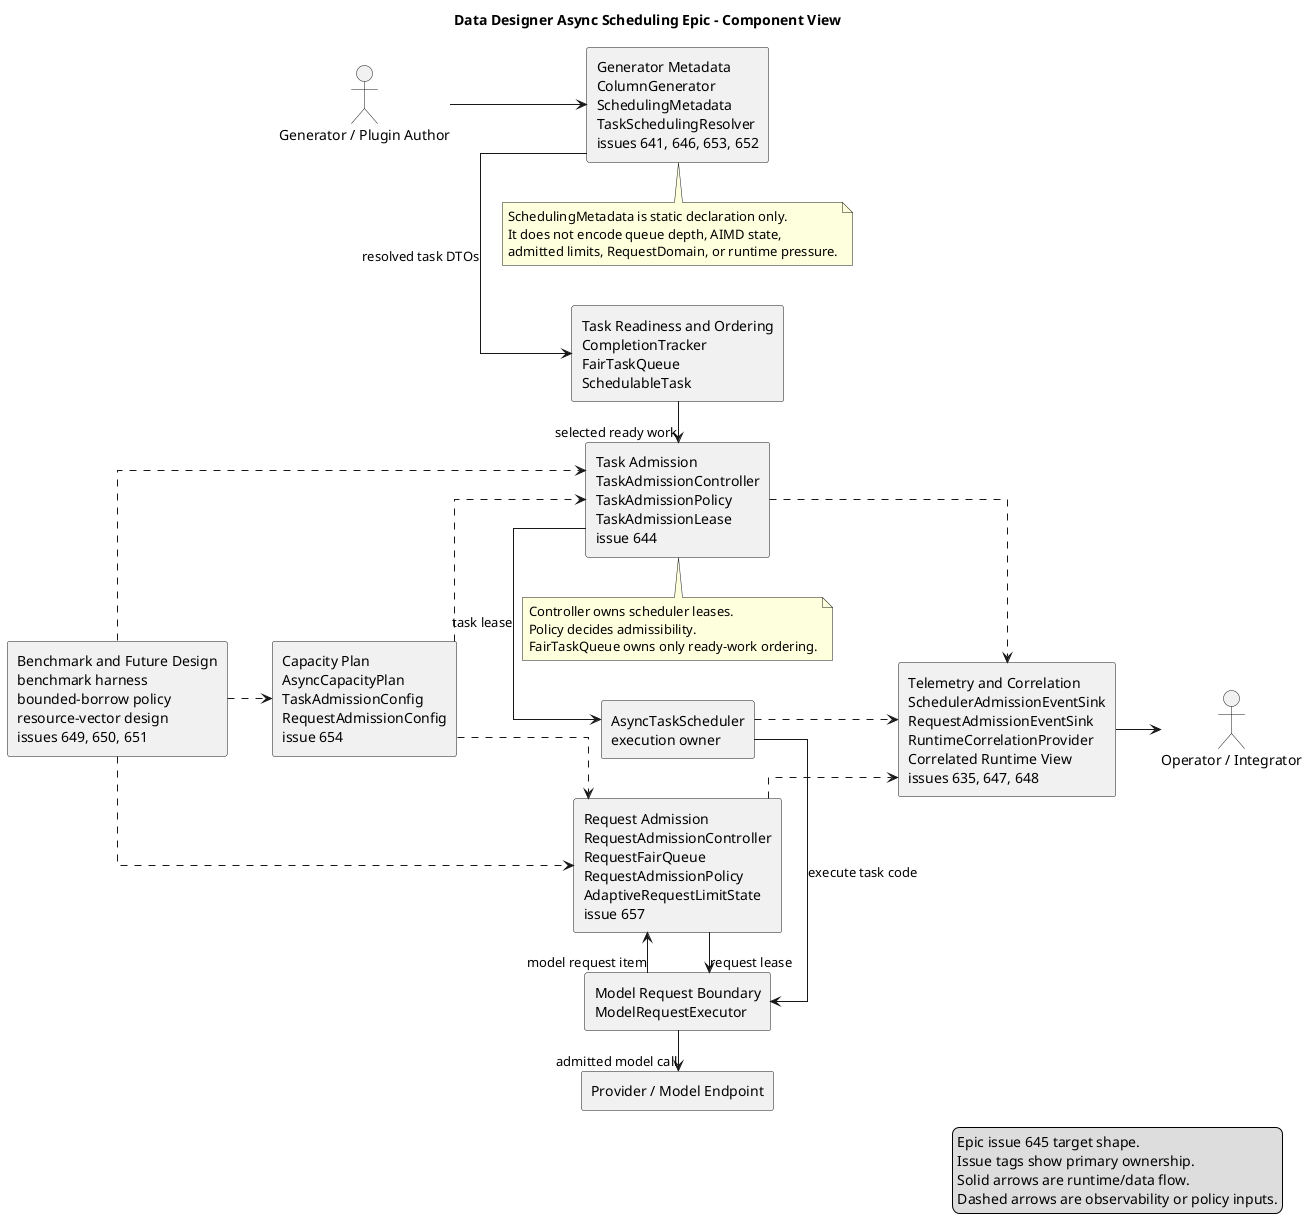
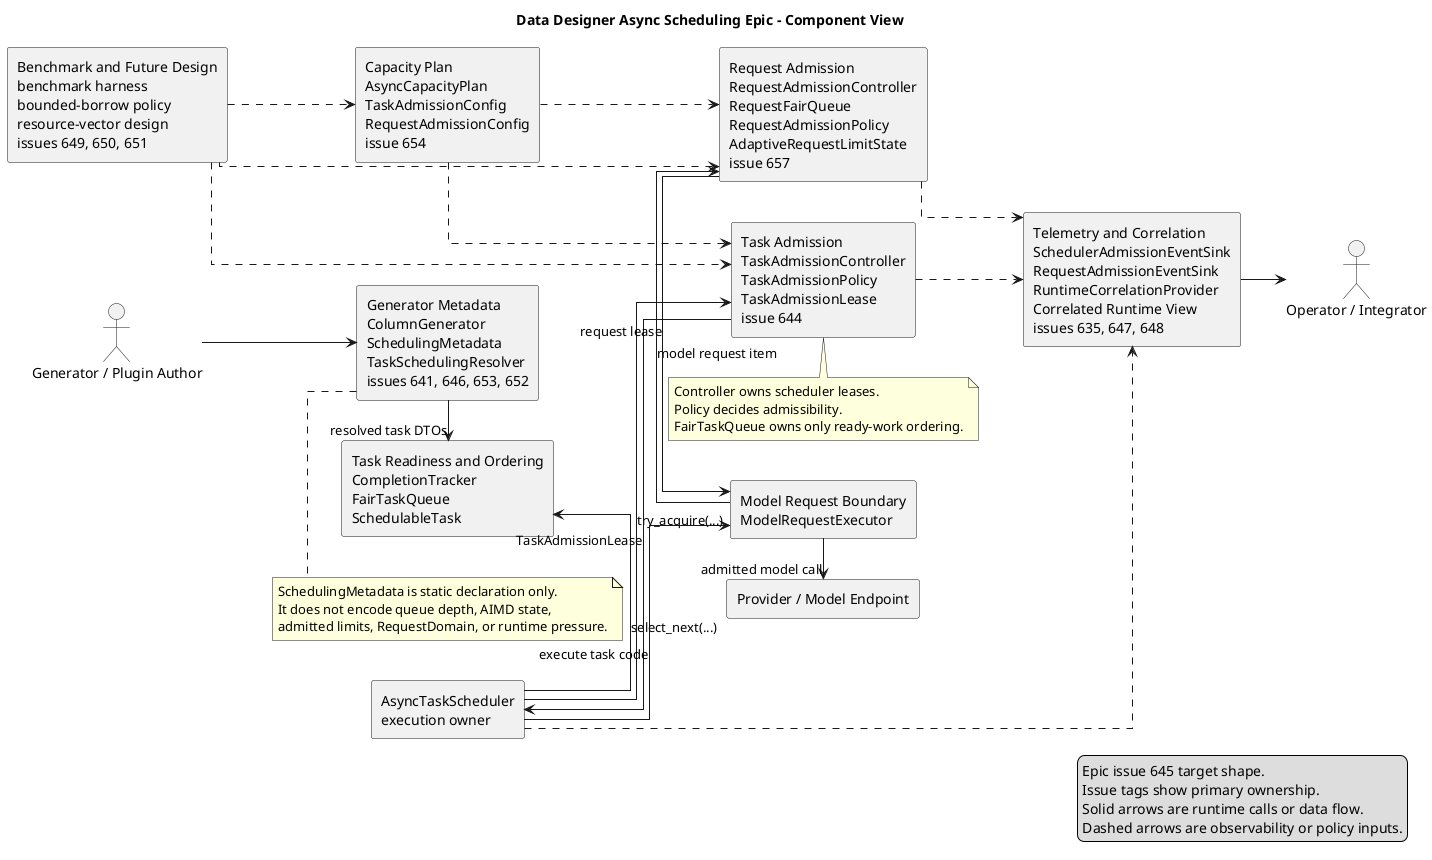
@startuml AsyncSchedulingEpicComponent
title Data Designer Async Scheduling Epic - Component View

left to right direction
skinparam componentStyle rectangle
skinparam shadowing false
skinparam packageStyle rectangle
skinparam linetype ortho
skinparam nodesep 40
skinparam ranksep 45

legend right
  Epic issue 645 target shape.
  Issue tags show primary ownership.
-   Solid arrows are runtime/data flow.
+   Solid arrows are runtime calls or data flow.
  Dashed arrows are observability or policy inputs.
endlegend

actor "Generator / Plugin Author" as Author
actor "Operator / Integrator" as Operator

component "Generator Metadata\nColumnGenerator\nSchedulingMetadata\nTaskSchedulingResolver\nissues 641, 646, 653, 652" as MetadataStage
component "Task Readiness and Ordering\nCompletionTracker\nFairTaskQueue\nSchedulableTask" as TaskQueueStage
component "Task Admission\nTaskAdmissionController\nTaskAdmissionPolicy\nTaskAdmissionLease\nissue 644" as TaskAdmissionStage
component "AsyncTaskScheduler\nexecution owner" as SchedulerStage
component "Model Request Boundary\nModelRequestExecutor" as ModelBoundaryStage
component "Request Admission\nRequestAdmissionController\nRequestFairQueue\nRequestAdmissionPolicy\nAdaptiveRequestLimitState\nissue 657" as RequestAdmissionStage
component "Provider / Model Endpoint" as ProviderStage

component "Capacity Plan\nAsyncCapacityPlan\nTaskAdmissionConfig\nRequestAdmissionConfig\nissue 654" as CapacityStage
component "Telemetry and Correlation\nSchedulerAdmissionEventSink\nRequestAdmissionEventSink\nRuntimeCorrelationProvider\nCorrelated Runtime View\nissues 635, 647, 648" as TelemetryStage
component "Benchmark and Future Design\nbenchmark harness\nbounded-borrow policy\nresource-vector design\nissues 649, 650, 651" as EvidenceStage

Author --> MetadataStage
MetadataStage -right-> TaskQueueStage : resolved task DTOs
- TaskQueueStage -right-> TaskAdmissionStage : selected ready work
- TaskAdmissionStage -right-> SchedulerStage : task lease
+ SchedulerStage -left-> TaskQueueStage : select_next(...)
+ SchedulerStage -down-> TaskAdmissionStage : try_acquire(...)
+ TaskAdmissionStage -up-> SchedulerStage : TaskAdmissionLease
SchedulerStage -right-> ModelBoundaryStage : execute task code
ModelBoundaryStage -right-> RequestAdmissionStage : model request item
RequestAdmissionStage -right-> ModelBoundaryStage : request lease
ModelBoundaryStage -right-> ProviderStage : admitted model call

CapacityStage ..> TaskAdmissionStage
CapacityStage ..> RequestAdmissionStage
TaskAdmissionStage ..> TelemetryStage
RequestAdmissionStage ..> TelemetryStage
SchedulerStage ..> TelemetryStage
TelemetryStage --> Operator
EvidenceStage ..> CapacityStage
EvidenceStage ..> TaskAdmissionStage
EvidenceStage ..> RequestAdmissionStage

note bottom of TaskAdmissionStage
  Controller owns scheduler leases.
  Policy decides admissibility.
  FairTaskQueue owns only ready-work ordering.
end note

note bottom of MetadataStage
  SchedulingMetadata is static declaration only.
  It does not encode queue depth, AIMD state,
  admitted limits, RequestDomain, or runtime pressure.
end note

@enduml

@startuml AsyncSchedulingTaskAdmissionClassModel
title Data Designer Async Scheduling Epic - Task Admission Contracts

left to right direction
skinparam classAttributeIconSize 0
skinparam shadowing false
skinparam packageStyle rectangle
skinparam linetype ortho

package "Metadata contracts" {
  class ColumnGenerator {
    +get_scheduling_metadata()
  }

  class SchedulingMetadata {
    +kind
    +identity
    +weight
  }

  class TaskSchedulingResolver {
    +resolve(generator)
  }

  class ResolvedTaskScheduling {
    +group
    +resource_request
  }
}

package "Task scheduling contracts" {
  class CompletionTracker {
    +ready_frontier()
    +mark_complete(task)
  }

  class TaskGroupSpec {
    +key
    +weight
  }

  class SchedulerResourceRequest {
    +amounts
  }

  class SchedulableTask {
    +task
    +group
    +resource_request
  }

  class FairTaskQueue {
    +enqueue(item)
    +select_next(is_eligible)
    +commit(selection)
    +view()
  }

  interface TaskAdmissionPolicy {
    +is_eligible(item, queue, view)
    +on_acquire(lease)
    +on_release(lease)
  }

  class StrictFairTaskAdmissionPolicy {
    +enforce hard per-group limits
  }

  class BoundedBorrowTaskAdmissionPolicy {
    +borrow_debt(group, resource)
  }

  class TaskAdmissionController {
    +is_eligible(item, queue)
    +try_acquire(item, queue)
    +release(lease)
    +view()
  }

  class TaskAdmissionDecision {
    +lease
    +denied_reason
  }

  class TaskAdmissionLease {
    +item
    +resources
    +acquired_at
  }

  class AsyncTaskScheduler <<boundary>> {
    +coordinate_ready_work()
    +execute_admitted_task()
  }
}

package "Task config" {
  class TaskAdmissionConfig {
    +submission_capacity
    +resource_limits
  }
}

ColumnGenerator --> SchedulingMetadata
TaskSchedulingResolver --> SchedulingMetadata
TaskSchedulingResolver --> ResolvedTaskScheduling
ResolvedTaskScheduling --> TaskGroupSpec
ResolvedTaskScheduling --> SchedulerResourceRequest
ResolvedTaskScheduling --> SchedulableTask
CompletionTracker --> FairTaskQueue : ready tasks
FairTaskQueue --> TaskAdmissionController : QueueSelection
TaskAdmissionController --> TaskAdmissionPolicy
StrictFairTaskAdmissionPolicy ..|> TaskAdmissionPolicy
BoundedBorrowTaskAdmissionPolicy ..|> TaskAdmissionPolicy
TaskAdmissionController --> TaskAdmissionDecision
TaskAdmissionDecision --> TaskAdmissionLease
TaskAdmissionLease --> SchedulableTask
AsyncTaskScheduler --> CompletionTracker
AsyncTaskScheduler --> FairTaskQueue
AsyncTaskScheduler --> TaskAdmissionController
TaskAdmissionController ..> TaskAdmissionConfig : reads config

note right of SchedulingMetadata
  Static declaration only.
  Must not encode queue depth,
  AIMD state, admitted limits,
  RequestDomain, or runtime pressure.
end note

note bottom of SchedulerResourceRequest
  Replaces legacy needs_llm_wait-style booleans
  once the resource-vector design lands.
end note

@enduml

@startuml AsyncSchedulingRequestAdmissionClassModel
title Data Designer Async Scheduling Epic - Request Admission Contracts

left to right direction
skinparam classAttributeIconSize 0
skinparam shadowing false
skinparam packageStyle rectangle
skinparam linetype ortho

package "Model request boundary" {
  class ModelRequestExecutor <<boundary>> {
    +execute(request)
  }

  class ProviderModelEndpoint <<external>> {
    +request()
  }
}

package "Request admission contracts" {
  class RequestResourceKey {
    +provider_name
    +model_id
    +domain
  }

  class RequestGroupSpec {
    +key
    +weight
  }

  class RequestAdmissionItem {
    +resource
    +group
    +timeout
  }

  class RequestFairQueue <<internal>> {
    +enqueue(item)
    +select_next(is_eligible)
    +commit(selection)
    +view()
  }

  interface RequestAdmissionPolicy <<internal>> {
    +is_eligible(item, queue, limits)
    +on_success(lease)
    +on_rate_limited(lease, retry_after)
    +on_failure(lease)
  }

  class AdaptiveRequestLimitState {
    +current_limit(resource)
    +effective_max(resource)
    +record_success(resource)
    +record_rate_limit(resource, retry_after)
    +record_failure(resource)
  }

  class RequestAdmissionController {
    +try_acquire(item)
    +acquire_sync(item)
    +acquire_async(item)
    +release_success(lease)
    +release_rate_limited(lease, retry_after)
    +release_failure(lease)
    +pressure_snapshots()
  }

  class AdaptiveRequestAdmissionController {
    +AIMD reduce/increase behavior
  }

  class RequestAdmissionDecision <<union>> {
    RequestAdmissionLease | RequestAdmissionDenied
  }

  class RequestAdmissionLease {
    +item
    +acquired_at
    +current_limit
    +effective_max
  }

  class RequestAdmissionDenied {
    +item
    +reason
    +retry_after_seconds
    +available_after
    +snapshot
  }

  class RequestPressureSnapshotProvider {
    +snapshot(resource)
    +snapshots()
    +global_snapshot(provider, model)
    +global_snapshots()
  }
}

package "Request config" {
  class RequestAdmissionConfig {
    +resources
    +initial_limit
    +max_limit
  }
}

ModelRequestExecutor --> RequestAdmissionController
RequestAdmissionController --> RequestFairQueue
RequestAdmissionController --> RequestAdmissionPolicy
RequestAdmissionPolicy --> AdaptiveRequestLimitState
AdaptiveRequestAdmissionController --|> RequestAdmissionController
AdaptiveRequestAdmissionController --> RequestFairQueue
AdaptiveRequestAdmissionController --> RequestAdmissionPolicy
AdaptiveRequestAdmissionController --> AdaptiveRequestLimitState
RequestAdmissionController --> RequestAdmissionDecision
RequestAdmissionDecision --> RequestAdmissionLease
RequestAdmissionDecision --> RequestAdmissionDenied
RequestAdmissionController --> RequestPressureSnapshotProvider
RequestAdmissionController ..> RequestAdmissionConfig : reads config
RequestAdmissionItem --> RequestResourceKey
RequestAdmissionItem --> RequestGroupSpec
RequestAdmissionLease --> RequestAdmissionItem
RequestAdmissionDenied --> RequestAdmissionItem
ModelRequestExecutor --> ProviderModelEndpoint

note bottom of RequestFairQueue
  Internal waiter ordering.
  This is not a second public wrapper around
  RequestAdmissionController.
end note

note right of RequestAdmissionController
  Owns concrete provider/model/domain
  request admission at model-call time.
  Does not own DAG readiness or task
  scheduler admission.
  No durable Throttle*, needs_llm_wait,
  or held_llm_wait compatibility concepts.
end note

@enduml

@startuml AsyncSchedulingSupportContractsClassModel
title Data Designer Async Scheduling Epic - Capacity, Telemetry, and Evidence Contracts

left to right direction
skinparam classAttributeIconSize 0
skinparam shadowing false
skinparam packageStyle rectangle
skinparam linetype ortho

package "Capacity planning (issue 654)" {
  class RunConfigRuntimeArgs <<input>> {
    +env
    +runtime_args
    +run_config
  }

  class AsyncCapacityPlan {
    +buffer_size
    +row_group_concurrency
    +submission_capacity
    +task_admission
    +request_admission
  }

  class TaskAdmissionConfig {
    +submission_capacity
    +resource_limits
  }

  class RequestAdmissionConfig {
    +resources
    +initial_limit
    +max_limit
  }
}

package "Telemetry and correlation (issues 635, 647, 648)" {
  class RuntimeCorrelation {
    +run_id
    +row_group
    +task_column
    +task_type
    +scheduling_group_kind
    +scheduling_group_identity_hash
  }

  class RuntimeCorrelationProvider {
    +set(context)
    +reset(token)
    +current()
  }

  class SchedulerAdmissionEventSink {
    +emit(event)
  }

  class RequestAdmissionEventSink {
    +emit(event)
  }

  class CorrelatedRuntimeView {
    +join scheduler and request timelines
  }
}

package "Evidence and future design (issues 649, 650, 651)" {
  class AsyncSchedulingBenchmarkHarness {
    +run_ab(baseline_ref, candidate_ref)
    +emit_json_csv_artifacts()
  }

  class SchedulerResourceVectorDesign {
    +static task resources
    +read-only request pressure
  }

  class BoundedBorrowTaskAdmissionPolicy {
    +borrow_debt(group, resource)
  }
}

RunConfigRuntimeArgs --> AsyncCapacityPlan
AsyncCapacityPlan --> TaskAdmissionConfig
AsyncCapacityPlan --> RequestAdmissionConfig
SchedulerAdmissionEventSink ..> RuntimeCorrelationProvider : attach current context
RequestAdmissionEventSink ..> RuntimeCorrelationProvider : attach current context
RuntimeCorrelationProvider --> RuntimeCorrelation
SchedulerAdmissionEventSink --> CorrelatedRuntimeView
RequestAdmissionEventSink --> CorrelatedRuntimeView
AsyncSchedulingBenchmarkHarness ..> AsyncCapacityPlan
AsyncSchedulingBenchmarkHarness ..> SchedulerAdmissionEventSink
AsyncSchedulingBenchmarkHarness ..> RequestAdmissionEventSink
AsyncSchedulingBenchmarkHarness ..> BoundedBorrowTaskAdmissionPolicy
SchedulerResourceVectorDesign ..> BoundedBorrowTaskAdmissionPolicy

@enduml

@startuml AsyncSchedulingEpicRuntimeSequence
title Data Designer Async Scheduling Epic - Runtime Sequence

skinparam shadowing false
skinparam sequenceMessageAlign center

actor User
participant "ColumnGenerator" as Gen
participant "TaskSchedulingResolver\nissue 646" as Resolver
participant "CompletionTracker" as Tracker
participant "AsyncTaskScheduler" as Scheduler
participant "FairTaskQueue" as Queue
participant "TaskAdmissionController\nissue 644" as TaskAdmit
participant "TaskAdmissionPolicy" as TaskPolicy
participant "ModelRequestExecutor" as Executor
participant "RequestAdmissionController\nissue 657" as ReqAdmit
participant "RequestFairQueue" as ReqQueue
participant "RequestAdmissionPolicy" as ReqPolicy
participant "AdaptiveRequestLimitState" as ReqLimits
participant "Provider / Model" as Provider
participant "SchedulerAdmissionEventSink\nissue 647" as SchedEvents
participant "RequestAdmissionEventSink\nissue 635" as ReqEvents
participant "RuntimeCorrelationProvider\nissue 648" as Correlation

User -> Gen : declare columns / plugins
Gen -> Resolver : get_scheduling_metadata()
Resolver -> Resolver : resolve TaskGroupSpec\nand SchedulerResourceRequest
Resolver -> Tracker : provide SchedulableTask inputs

Scheduler -> Tracker : ready_frontier()
Tracker -> Queue : enqueue ready SchedulableTask
Scheduler -> Queue : select_next(TaskAdmit.is_eligible)
Queue -> TaskAdmit : is_eligible(candidate, queue.view)
TaskAdmit -> TaskPolicy : evaluate candidate against leases/capacity
TaskPolicy --> TaskAdmit : eligible or denied
TaskAdmit --> Queue : eligibility result
Queue --> Scheduler : QueueSelection
Scheduler -> TaskAdmit : try_acquire(selection.item, queue.view)
TaskAdmit -> TaskPolicy : on_acquire if admitted
TaskAdmit --> Scheduler : TaskAdmissionLease
Scheduler -> Queue : commit(selection)
Scheduler -> Correlation : set RuntimeCorrelation
TaskAdmit -> SchedEvents : lease_acquired
SchedEvents -> Correlation : current()

Scheduler -> Executor : execute task
Executor -> ReqAdmit : acquire_async(RequestAdmissionItem)
ReqAdmit -> ReqQueue : enqueue waiter if needed
ReqAdmit -> ReqQueue : select_next(ReqPolicy.is_eligible)
ReqQueue --> ReqAdmit : RequestQueueSelection
ReqAdmit -> ReqPolicy : evaluate resource/group against limits
ReqPolicy -> ReqLimits : read current/effective limit
ReqLimits --> ReqPolicy : limit snapshot
ReqPolicy --> ReqAdmit : eligible or denied
ReqAdmit -> ReqQueue : commit(selection) if admitted
ReqAdmit -> ReqEvents : wait_started / lease_acquired
ReqEvents -> Correlation : current()
ReqAdmit --> Executor : RequestAdmissionLease
Executor -> Provider : concrete model request
Provider --> Executor : response or rate limit

alt success
  Executor -> ReqAdmit : release_success(lease)
  ReqAdmit -> ReqPolicy : on_success(lease)
  ReqPolicy -> ReqLimits : record_success(resource)
else rate limit
  Executor -> ReqAdmit : release_rate_limited(lease, retry_after)
  ReqAdmit -> ReqPolicy : on_rate_limited(lease, retry_after)
  ReqPolicy -> ReqLimits : record_rate_limit(resource, retry_after)
else non-rate-limit failure or cancellation
  Executor -> ReqAdmit : release_failure(lease)
  ReqAdmit -> ReqPolicy : on_failure(lease)
  ReqPolicy -> ReqLimits : record_failure(resource)
end

ReqAdmit -> ReqQueue : wake/select next waiter
ReqAdmit -> ReqEvents : request admission event
ReqEvents -> Correlation : current()
Executor --> Scheduler : generated value / error
Scheduler -> TaskAdmit : release TaskAdmissionLease
TaskAdmit -> TaskPolicy : on_release(lease)
TaskAdmit -> SchedEvents : lease_released / completed
SchedEvents -> Correlation : current()
Scheduler -> Correlation : reset RuntimeCorrelation

@enduml

@startuml AsyncSchedulingEpicIssueMap
title Data Designer Async Scheduling Epic - Issue Dependency Map

skinparam componentStyle rectangle
skinparam shadowing false
skinparam linetype ortho

component "issue 641\nSchedulingMetadata" as I641
component "issue 646\nTaskSchedulingResolver" as I646
component "issue 653\nRemove legacy hints" as I653
component "issue 652\nDocs" as I652
component "issue 644\nTask admission" as I644
component "issue 654\nAsyncCapacityPlan" as I654
component "issue 657\nRequestAdmissionController" as I657
component "issue 635\nRequest admission telemetry" as I635
component "issue 647\nScheduler admission telemetry" as I647
component "issue 648\nCorrelation" as I648
component "issue 649\nBenchmark harness" as I649
component "issue 650\nBounded borrow task policy" as I650
component "issue 651\nResource-vector design" as I651

I641 --> I646
I641 --> I653
I641 --> I652
I646 --> I653
I646 --> I652
I653 --> I652
I646 --> I644
I641 --> I654
I646 --> I654
I644 --> I654
I654 --> I657
I644 --> I657
I657 --> I635
I654 ..> I635 : metric vocabulary
I644 --> I647
I635 --> I647
I657 --> I648
I635 --> I648
I647 --> I648
I644 --> I649
I649 --> I650
I644 --> I650
I641 --> I651
I646 --> I651
I644 --> I651
I649 --> I651
I650 --> I651

note bottom
  Native GitHub subissue order:
  issue 641 -> issue 646 -> issue 653 -> issue 652 -> issue 644
  -> issue 654 -> issue 657 -> issue 635 -> issue 647
  -> issue 648 -> issue 649 -> issue 650 -> issue 651
end note

@enduml
